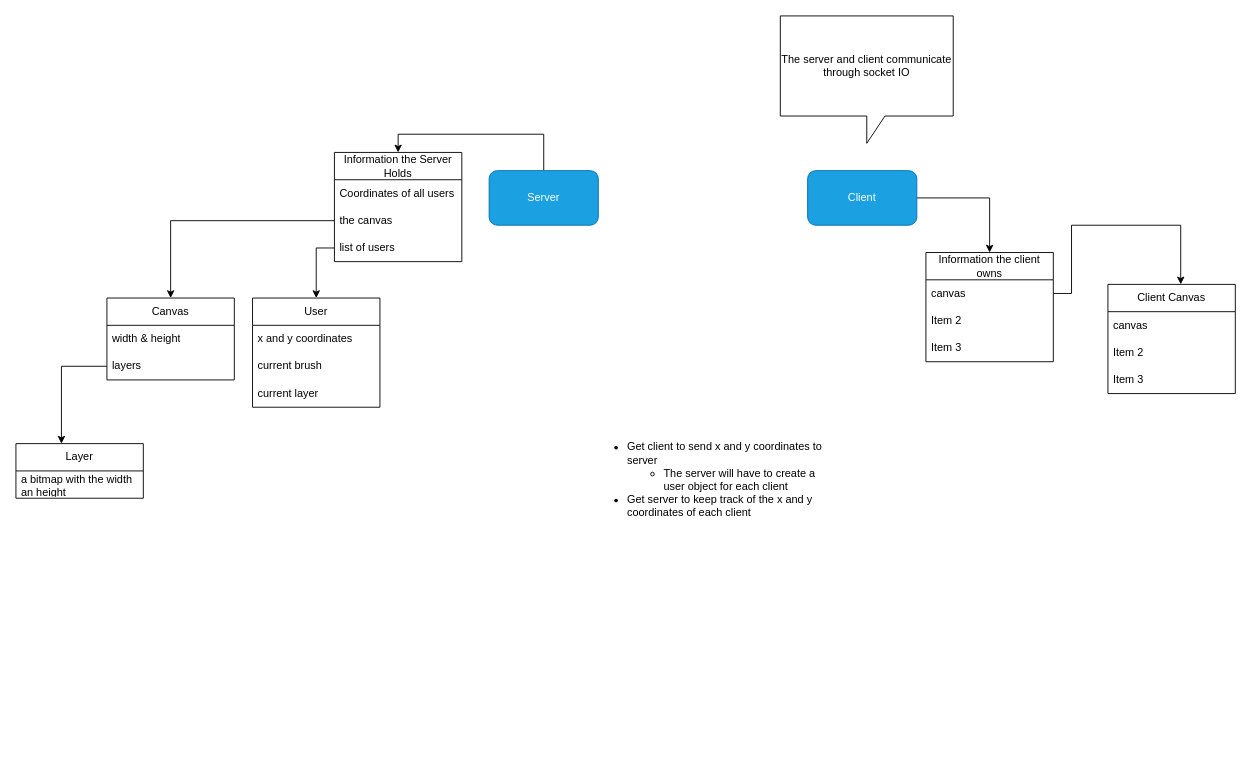
Before: page "How Server and Client talk to each other" (1 of 2) of diagram crap/diagrams.drawio in David-J-Black/multi-draw-server-poc, a draw.io diagram. Source tidied: cells renumbered, new cells numbered last; positions are measured from the earlier drawing's top-left corner, leaving out a move shared by most shapes. Both pictures are drawn from the tidied source at 91%, with x=0, y=0 at pixel (15, 15).
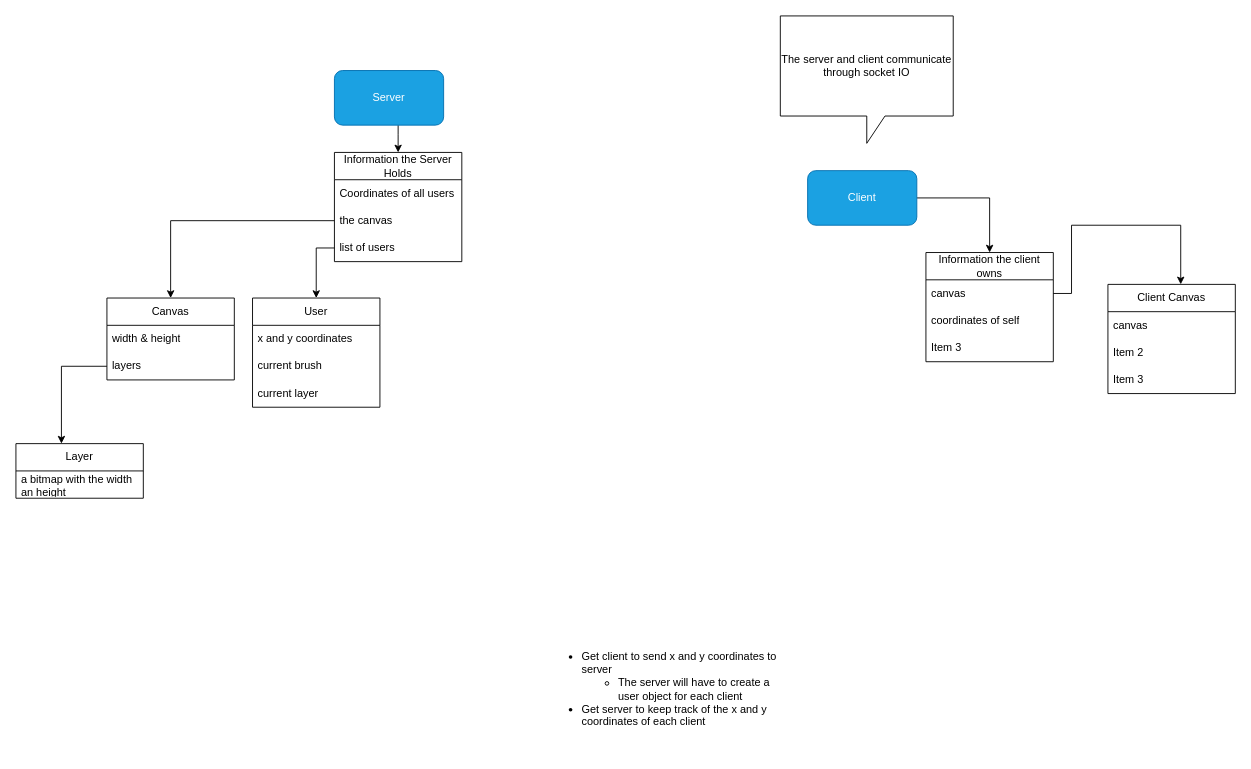
Above is the later version.

Commit message (it also covers changes not shown here):
configured launch.json so VS Code can run both client and server through debug button.

The change refers to these unchanged cells:
```xml
<mxCell id="7" value="Information the Server Holds" style="swimlane;fontStyle=0;horizontal=1;startSize=30;whiteSpace=wrap;html=1;" parent="1" vertex="1">
  <mxGeometry x="350" y="150" width="140" height="120" as="geometry" />
</mxCell>
<mxCell id="11" value="Information the client owns" style="swimlane;fontStyle=0;horizontal=1;startSize=30;whiteSpace=wrap;html=1;" parent="1" vertex="1">
  <mxGeometry x="1000" y="260" width="140" height="120" as="geometry" />
</mxCell>
```

What changed in the source:
```diff
@@
     <mxCell id="2" style="edgeStyle=orthogonalEdgeStyle;rounded=0;jettySize=auto;html=1;" parent="1" edge="1" source="3" target="7">
       <mxGeometry relative="1" as="geometry">
         <Array as="points">
-          <mxPoint x="580" y="130" />
+          <mxPoint x="420" y="130" />
           <mxPoint x="420" y="130" />
         </Array>
       </mxGeometry>
     </mxCell>
     <mxCell id="3" value="Server" style="rounded=1;whiteSpace=wrap;html=1;fillColor=#1ba1e2;fontColor=#ffffff;strokeColor=#006EAF;" parent="1" vertex="1">
-      <mxGeometry x="520" y="170" width="120" height="60" as="geometry" />
+      <mxGeometry x="350" y="60" width="120" height="60" as="geometry" />
     </mxCell>
@@
-    <mxCell id="13" value="Item 2" style="text;strokeColor=none;fillColor=none;align=left;verticalAlign=middle;spacingLeft=4;spacingRight=4;overflow=hidden;whiteSpace=wrap;html=1;" parent="11" vertex="1">
+    <mxCell id="13" value="coordinates of self" style="text;strokeColor=none;fillColor=none;align=left;verticalAlign=middle;spacingLeft=4;spacingRight=4;overflow=hidden;whiteSpace=wrap;html=1;" parent="11" vertex="1">
       <mxGeometry y="60" width="140" height="30" as="geometry" />
     </mxCell>
@@
     <mxCell id="31" value="&lt;ul&gt;&lt;li&gt;Get client to send x and y coordinates to server&lt;/li&gt;&lt;ul&gt;&lt;li&gt;The server will have to create a user object for each client&lt;/li&gt;&lt;/ul&gt;&lt;li&gt;Get server to keep track of the x and y coordinates of each client&lt;/li&gt;&lt;/ul&gt;" style="text;strokeColor=none;fillColor=none;html=1;whiteSpace=wrap;verticalAlign=middle;overflow=hidden;" parent="1" vertex="1">
-      <mxGeometry x="630" y="440" width="270" height="140" as="geometry" />
+      <mxGeometry x="580" y="670" width="270" height="140" as="geometry" />
     </mxCell>
```
